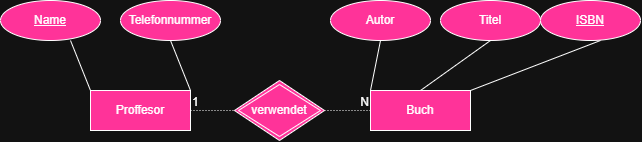
Earlier version of the draw.io export src/LiaLouiseNatter/Aufgabe93/Aufgabe93.drawio.png (zewas-digital/appdevhb25). Source tidied: cells renumbered, new cells last; positions are measured from the earlier drawing's top-left corner, leaving out a move shared by most shapes.
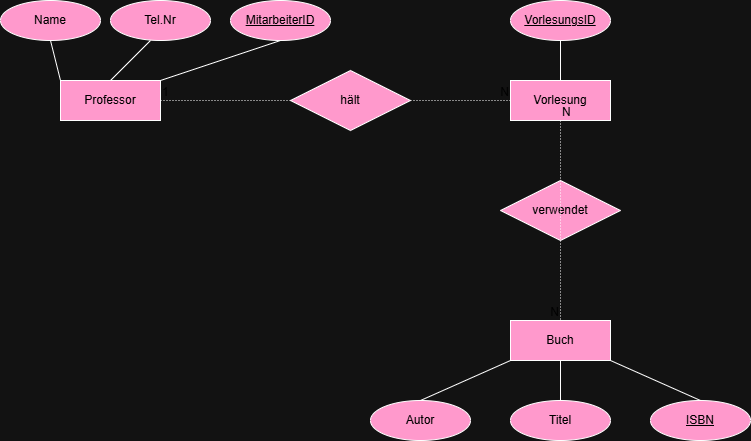
The same diagram one commit later.

Commit message:
Verbesserung Aufgabe 93 - vorlesung hinzugefügt und Primärattribut beim Professor verändert

The edit, as a diff of the source:
```diff
@@ -2,62 +2,97 @@
   <root>
     <mxCell id="0" />
     <mxCell id="1" parent="0" />
-    <mxCell id="2" value="Proffesor" style="whiteSpace=wrap;html=1;align=center;fillColor=light-dark(#FFFFFF,#FF3399);" parent="1" vertex="1">
-      <mxGeometry x="90" y="90" width="100" height="40" as="geometry" />
-    </mxCell>
+    <mxCell id="19" value="Professor" style="whiteSpace=wrap;html=1;align=center;fillColor=light-dark(#FFFFFF,#FF99CC);strokeColor=light-dark(#000000,#FFFFFF);fontColor=light-dark(#000000,#000000);" parent="1" vertex="1">
+      <mxGeometry x="30" y="100" width="100" height="40" as="geometry" />
+    </mxCell>
+    <mxCell id="20" value="hält" style="shape=rhombus;perimeter=rhombusPerimeter;whiteSpace=wrap;html=1;align=center;fillColor=light-dark(#FFFFFF,#FF99CC);strokeColor=light-dark(#000000,#FFFFFF);fontColor=light-dark(#000000,#000000);" parent="1" vertex="1">
+      <mxGeometry x="260" y="90" width="120" height="60" as="geometry" />
+    </mxCell>
+    <mxCell id="21" value="Vorlesung" style="whiteSpace=wrap;html=1;align=center;fillColor=light-dark(#FFFFFF,#FF99CC);strokeColor=light-dark(#000000,#FFFFFF);fontColor=light-dark(#000000,#000000);" parent="1" vertex="1">
+      <mxGeometry x="480" y="100" width="100" height="40" as="geometry" />
+    </mxCell>
+    <mxCell id="18" value="verwendet" style="shape=rhombus;perimeter=rhombusPerimeter;whiteSpace=wrap;html=1;align=center;fillColor=light-dark(#FFFFFF,#FF99CC);strokeColor=light-dark(#000000,#FFFFFF);fontColor=light-dark(#000000,#000000);" parent="1" vertex="1">
+      <mxGeometry x="470" y="200" width="120" height="60" as="geometry" />
+    </mxCell>
+    <mxCell id="5" value="Buch" style="whiteSpace=wrap;html=1;align=center;fillColor=light-dark(#FFFFFF,#FF99CC);strokeColor=light-dark(#000000,#FFFFFF);fontColor=light-dark(#000000,#000000);" parent="1" vertex="1">
+      <mxGeometry x="480" y="340" width="100" height="40" as="geometry" />
+    </mxCell>
+    <mxCell id="22" value="VorlesungsID" style="ellipse;whiteSpace=wrap;html=1;align=center;fontStyle=4;fillColor=light-dark(#FFFFFF,#FF99CC);strokeColor=light-dark(#000000,#FFFFFF);fontColor=light-dark(#000000,#000000);" parent="1" vertex="1">
+      <mxGeometry x="480" y="20" width="100" height="40" as="geometry" />
+    </mxCell>
+    <mxCell id="23" style="endArrow=none;html=1;rounded=0;exitX=0.5;exitY=1;exitDx=0;exitDy=0;entryX=0.5;entryY=0;entryDx=0;entryDy=0;fillColor=light-dark(#FFFFFF,#FF99CC);strokeColor=light-dark(#000000,#FFFFFF);fontColor=light-dark(#000000,#000000);" parent="1" edge="1" source="22" target="21">
+      <mxGeometry relative="1" as="geometry" />
+    </mxCell>
-    <mxCell id="3" value="&lt;u&gt;Name&lt;/u&gt;" style="ellipse;whiteSpace=wrap;html=1;align=center;fillColor=light-dark(#FFFFFF,#FF3399);" parent="1" vertex="1">
-      <mxGeometry width="100" height="40" as="geometry" />
+    <mxCell id="3" value="Name" style="ellipse;whiteSpace=wrap;html=1;align=center;fillColor=light-dark(#FFFFFF,#FF99CC);strokeColor=light-dark(#000000,#FFFFFF);fontColor=light-dark(#000000,#000000);" parent="1" vertex="1">
+      <mxGeometry x="-30" y="20" width="100" height="40" as="geometry" />
     </mxCell>
-    <mxCell id="4" value="Telefonnummer" style="ellipse;whiteSpace=wrap;html=1;align=center;fillColor=light-dark(#FFFFFF,#FF3399);" parent="1" vertex="1">
-      <mxGeometry x="120" width="100" height="40" as="geometry" />
-    </mxCell>
-    <mxCell id="5" value="Buch" style="whiteSpace=wrap;html=1;align=center;fillColor=light-dark(#FFFFFF,#FF3399);" parent="1" vertex="1">
-      <mxGeometry x="370" y="90" width="100" height="40" as="geometry" />
-    </mxCell>
+    <mxCell id="24" value="Tel.Nr" style="ellipse;whiteSpace=wrap;html=1;align=center;fillColor=light-dark(#FFFFFF,#FF99CC);strokeColor=light-dark(#000000,#FFFFFF);fontColor=light-dark(#000000,#000000);" parent="1" vertex="1">
+      <mxGeometry x="80" y="20" width="100" height="40" as="geometry" />
+    </mxCell>
+    <mxCell id="25" value="MitarbeiterID" style="ellipse;whiteSpace=wrap;html=1;align=center;fontStyle=4;fillColor=light-dark(#FFFFFF,#FF99CC);strokeColor=light-dark(#000000,#FFFFFF);fontColor=light-dark(#000000,#000000);" parent="1" vertex="1">
+      <mxGeometry x="200" y="20" width="100" height="40" as="geometry" />
+    </mxCell>
+    <mxCell id="26" style="endArrow=none;html=1;rounded=0;exitX=0.5;exitY=1;exitDx=0;exitDy=0;entryX=0;entryY=0;entryDx=0;entryDy=0;fillColor=light-dark(#FFFFFF,#FF99CC);strokeColor=light-dark(#000000,#FFFFFF);fontColor=light-dark(#000000,#000000);" parent="1" edge="1" source="3" target="19">
+      <mxGeometry relative="1" as="geometry" />
+    </mxCell>
+    <mxCell id="27" style="endArrow=none;html=1;rounded=0;entryX=0.5;entryY=0;entryDx=0;entryDy=0;fillColor=light-dark(#FFFFFF,#FF99CC);strokeColor=light-dark(#000000,#FFFFFF);fontColor=light-dark(#000000,#000000);" parent="1" edge="1" target="19">
+      <mxGeometry relative="1" as="geometry">
+        <mxPoint x="120" y="60" as="sourcePoint" />
+      </mxGeometry>
+    </mxCell>
+    <mxCell id="28" style="endArrow=none;html=1;rounded=0;entryX=0.5;entryY=1;entryDx=0;entryDy=0;exitX=1;exitY=0;exitDx=0;exitDy=0;fillColor=light-dark(#FFFFFF,#FF99CC);strokeColor=light-dark(#000000,#FFFFFF);fontColor=light-dark(#000000,#000000);" parent="1" edge="1" source="19" target="25">
+      <mxGeometry relative="1" as="geometry" />
+    </mxCell>
+    <mxCell id="29" style="endArrow=none;html=1;rounded=0;dashed=1;dashPattern=1 2;fillColor=light-dark(#FFFFFF,#FF99CC);strokeColor=light-dark(#000000,#FFFFFF);fontColor=light-dark(#000000,#000000);" parent="1" edge="1">
+      <mxGeometry relative="1" as="geometry">
+        <mxPoint x="130" y="120" as="sourcePoint" />
+        <mxPoint x="260" y="120" as="targetPoint" />
+      </mxGeometry>
+    </mxCell>
+    <mxCell id="17" value="1" style="html=1;whiteSpace=wrap;align=left;verticalAlign=bottom;fillColor=light-dark(#FFFFFF,#FF99CC);strokeColor=light-dark(#000000,#FFFFFF);fontColor=light-dark(#000000,#000000);" parent="29" vertex="1">
+      <mxGeometry x="-1" relative="1" as="geometry" />
+    </mxCell>
+    <mxCell id="30" style="endArrow=none;html=1;rounded=0;dashed=1;dashPattern=1 2;entryX=0;entryY=0.5;entryDx=0;entryDy=0;fillColor=light-dark(#FFFFFF,#FF99CC);strokeColor=light-dark(#000000,#FFFFFF);fontColor=light-dark(#000000,#000000);" parent="1" edge="1" target="21">
+      <mxGeometry relative="1" as="geometry">
+        <mxPoint x="380" y="120" as="sourcePoint" />
+      </mxGeometry>
+    </mxCell>
+    <mxCell id="31" style="html=1;whiteSpace=wrap;align=left;verticalAlign=bottom;fillColor=light-dark(#FFFFFF,#FF99CC);strokeColor=light-dark(#000000,#FFFFFF);fontColor=light-dark(#000000,#000000);" parent="30" vertex="1">
+      <mxGeometry x="-1" relative="1" as="geometry" />
+    </mxCell>
+    <mxCell id="32" value="N" style="html=1;whiteSpace=wrap;align=right;verticalAlign=bottom;fillColor=light-dark(#FFFFFF,#FF99CC);strokeColor=light-dark(#000000,#FFFFFF);fontColor=light-dark(#000000,#000000);" parent="30" vertex="1">
+      <mxGeometry x="1" relative="1" as="geometry" />
+    </mxCell>
+    <mxCell id="33" style="endArrow=none;html=1;rounded=0;dashed=1;dashPattern=1 2;exitX=0.5;exitY=1;exitDx=0;exitDy=0;entryX=0.5;entryY=0;entryDx=0;entryDy=0;fillColor=light-dark(#FFFFFF,#FF99CC);strokeColor=light-dark(#000000,#FFFFFF);fontColor=light-dark(#000000,#000000);" parent="1" edge="1" source="21" target="5">
+      <mxGeometry relative="1" as="geometry" />
+    </mxCell>
+    <mxCell id="34" value="N" style="html=1;whiteSpace=wrap;align=left;verticalAlign=bottom;fillColor=light-dark(#FFFFFF,#FF99CC);strokeColor=light-dark(#000000,#FFFFFF);fontColor=light-dark(#000000,#000000);" parent="33" vertex="1">
+      <mxGeometry x="-1" relative="1" as="geometry" />
+    </mxCell>
+    <mxCell id="35" value="N" style="html=1;whiteSpace=wrap;align=right;verticalAlign=bottom;fillColor=light-dark(#FFFFFF,#FF99CC);strokeColor=light-dark(#000000,#FFFFFF);fontColor=light-dark(#000000,#000000);" parent="33" vertex="1">
+      <mxGeometry x="1" relative="1" as="geometry" />
+    </mxCell>
-    <mxCell id="6" value="Autor" style="ellipse;whiteSpace=wrap;html=1;align=center;fillColor=light-dark(#FFFFFF,#FF3399);" parent="1" vertex="1">
-      <mxGeometry x="330" width="100" height="40" as="geometry" />
+    <mxCell id="6" value="Autor" style="ellipse;whiteSpace=wrap;html=1;align=center;fillColor=light-dark(#FFFFFF,#FF99CC);strokeColor=light-dark(#000000,#FFFFFF);fontColor=light-dark(#000000,#000000);" parent="1" vertex="1">
+      <mxGeometry x="340" y="420" width="100" height="40" as="geometry" />
     </mxCell>
-    <mxCell id="7" value="Titel" style="ellipse;whiteSpace=wrap;html=1;align=center;fillColor=light-dark(#FFFFFF,#FF3399);" parent="1" vertex="1">
-      <mxGeometry x="440" width="100" height="40" as="geometry" />
+    <mxCell id="7" value="Titel" style="ellipse;whiteSpace=wrap;html=1;align=center;fillColor=light-dark(#FFFFFF,#FF99CC);strokeColor=light-dark(#000000,#FFFFFF);fontColor=light-dark(#000000,#000000);" parent="1" vertex="1">
+      <mxGeometry x="480" y="420" width="100" height="40" as="geometry" />
     </mxCell>
-    <mxCell id="8" value="ISBN" style="ellipse;whiteSpace=wrap;html=1;align=center;fontStyle=4;fillColor=light-dark(#FFFFFF,#FF3399);" parent="1" vertex="1">
-      <mxGeometry x="540" width="100" height="40" as="geometry" />
+    <mxCell id="8" value="ISBN" style="ellipse;whiteSpace=wrap;html=1;align=center;fontStyle=4;fillColor=light-dark(#FFFFFF,#FF99CC);strokeColor=light-dark(#000000,#FFFFFF);fontColor=light-dark(#000000,#000000);" parent="1" vertex="1">
+      <mxGeometry x="620" y="420" width="100" height="40" as="geometry" />
     </mxCell>
-    <mxCell id="9" style="endArrow=none;html=1;rounded=0;dashed=1;dashPattern=1 2;entryX=0;entryY=0.5;entryDx=0;entryDy=0;exitX=1;exitY=0.5;exitDx=0;exitDy=0;fillColor=light-dark(#FFFFFF,#FF3399);" parent="1" edge="1" source="18" target="5">
-      <mxGeometry relative="1" as="geometry" />
-    </mxCell>
-    <mxCell id="10" value="N" style="html=1;whiteSpace=wrap;align=right;verticalAlign=bottom;fillColor=light-dark(#FFFFFF,#FF3399);" parent="9" vertex="1">
-      <mxGeometry x="1" relative="1" as="geometry" />
-    </mxCell>
-    <mxCell id="11" style="endArrow=none;html=1;rounded=0;entryX=0;entryY=0;entryDx=0;entryDy=0;fillColor=light-dark(#FFFFFF,#FF3399);" parent="1" edge="1" target="2">
-      <mxGeometry relative="1" as="geometry">
-        <mxPoint x="70" y="40" as="sourcePoint" />
-      </mxGeometry>
-    </mxCell>
-    <mxCell id="12" style="endArrow=none;html=1;rounded=0;entryX=0.5;entryY=1;entryDx=0;entryDy=0;exitX=1;exitY=0;exitDx=0;exitDy=0;fillColor=light-dark(#FFFFFF,#FF3399);" parent="1" edge="1" source="2" target="4">
-      <mxGeometry relative="1" as="geometry" />
-    </mxCell>
-    <mxCell id="13" style="endArrow=none;html=1;rounded=0;exitX=0.5;exitY=1;exitDx=0;exitDy=0;entryX=0;entryY=0;entryDx=0;entryDy=0;fillColor=light-dark(#FFFFFF,#FF3399);" parent="1" edge="1" source="6" target="5">
+    <mxCell id="13" style="endArrow=none;html=1;rounded=0;exitX=0.5;exitY=0;exitDx=0;exitDy=0;entryX=0;entryY=1;entryDx=0;entryDy=0;fillColor=light-dark(#FFFFFF,#FF99CC);strokeColor=light-dark(#000000,#FFFFFF);fontColor=light-dark(#000000,#000000);" parent="1" edge="1" source="6" target="5">
       <mxGeometry relative="1" as="geometry" />
     </mxCell>
-    <mxCell id="14" style="endArrow=none;html=1;rounded=0;entryX=0.5;entryY=0;entryDx=0;entryDy=0;fillColor=light-dark(#FFFFFF,#FF3399);" parent="1" edge="1" target="5">
-      <mxGeometry relative="1" as="geometry">
-        <mxPoint x="490" y="40" as="sourcePoint" />
-      </mxGeometry>
-    </mxCell>
-    <mxCell id="15" style="endArrow=none;html=1;rounded=0;entryX=0.5;entryY=1;entryDx=0;entryDy=0;exitX=1;exitY=0;exitDx=0;exitDy=0;fillColor=light-dark(#FFFFFF,#FF3399);" parent="1" edge="1" source="5">
-      <mxGeometry relative="1" as="geometry">
-        <mxPoint x="600" y="40" as="targetPoint" />
-      </mxGeometry>
-    </mxCell>
-    <mxCell id="16" style="endArrow=none;html=1;rounded=0;dashed=1;dashPattern=1 2;entryX=0;entryY=0.5;entryDx=0;entryDy=0;fillColor=light-dark(#FFFFFF,#FF3399);" parent="1" edge="1" source="2" target="18">
-      <mxGeometry relative="1" as="geometry" />
-    </mxCell>
-    <mxCell id="17" value="1" style="html=1;whiteSpace=wrap;align=left;verticalAlign=bottom;fillColor=light-dark(#FFFFFF,#FF3399);" parent="16" vertex="1">
-      <mxGeometry x="-1" relative="1" as="geometry" />
-    </mxCell>
-    <mxCell id="18" value="verwendet" style="shape=rhombus;double=1;perimeter=rhombusPerimeter;whiteSpace=wrap;html=1;align=center;fillColor=light-dark(#FFFFFF,#FF3399);" parent="1" vertex="1">
-      <mxGeometry x="234" y="80" width="90" height="60" as="geometry" />
-    </mxCell>
+    <mxCell id="36" style="endArrow=none;html=1;rounded=0;entryX=0.5;entryY=1;entryDx=0;entryDy=0;fillColor=light-dark(#FFFFFF,#FF99CC);strokeColor=light-dark(#000000,#FFFFFF);fontColor=light-dark(#000000,#000000);" parent="1" edge="1" target="5">
+      <mxGeometry relative="1" as="geometry">
+        <mxPoint x="530" y="420" as="sourcePoint" />
+      </mxGeometry>
+    </mxCell>
+    <mxCell id="37" style="endArrow=none;html=1;rounded=0;entryX=1;entryY=1;entryDx=0;entryDy=0;fillColor=light-dark(#FFFFFF,#FF99CC);strokeColor=light-dark(#000000,#FFFFFF);fontColor=light-dark(#000000,#000000);" parent="1" edge="1" target="5">
+      <mxGeometry relative="1" as="geometry">
+        <mxPoint x="670" y="420" as="sourcePoint" />
+      </mxGeometry>
+    </mxCell>
   </root>
 </mxGraphModel>
```
